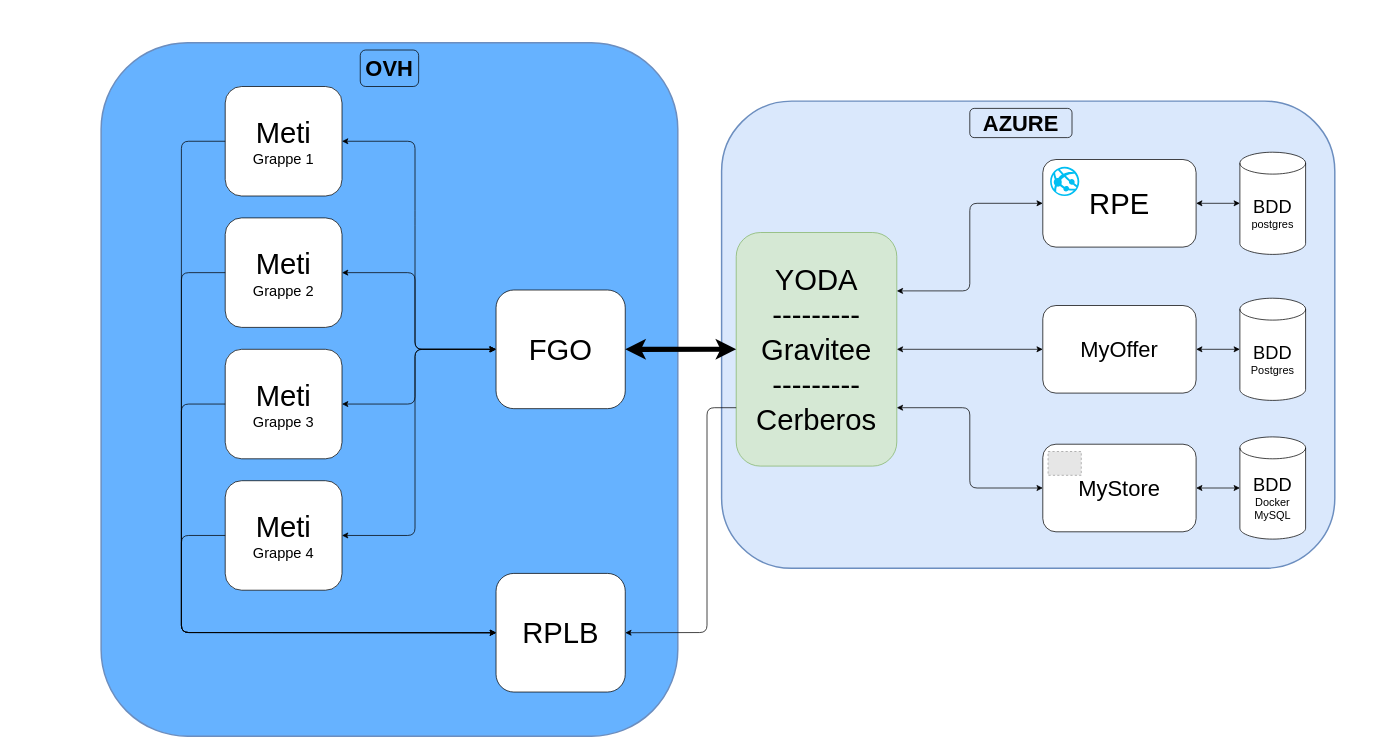
Above: Qualification/UAT-11.drawio in nabitechnique/diagrams (draw.io), before the change. Source tidied: cells renumbered, new cells numbered last; positions are measured from the earlier drawing's top-left corner, leaving out a move shared by most shapes. Both pictures are drawn from the tidied source at 73%, with x=0, y=0 at pixel (101, 42). Pictures stored in the file or linked from it are replaced by grey dashed boxes.
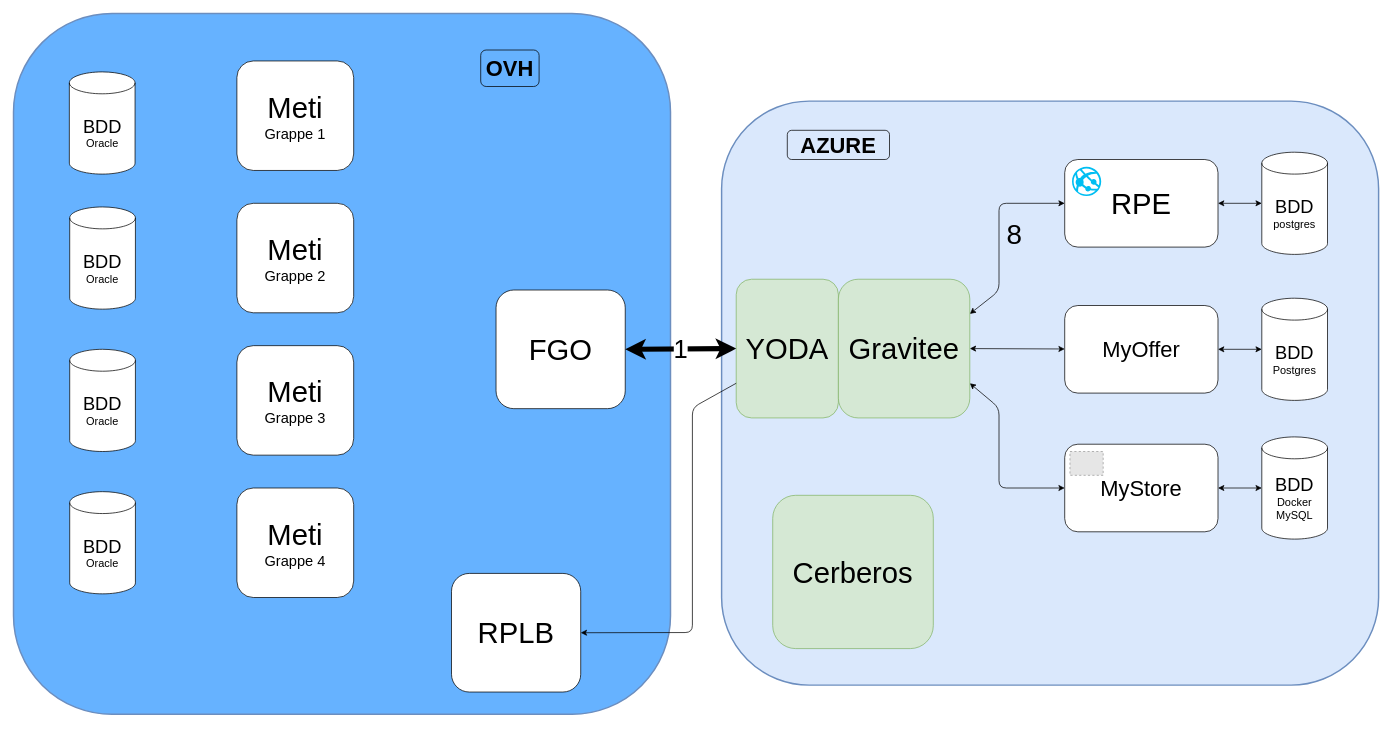
The same page after the edit.

Unchanged cells that the change refers to:
```xml
<mxCell id="4" value="&lt;font style=&quot;font-size: 40px&quot;&gt;FGO&lt;/font&gt;" style="rounded=1;whiteSpace=wrap;html=1;" parent="1" vertex="1">
  <mxGeometry x="541" y="338.8" width="177" height="162.5" as="geometry" />
</mxCell>
```

Diff of the diagram source:
```diff
@@
     <mxCell id="2" style="rounded=1;whiteSpace=wrap;html=1;strokeColor=#6c8ebf;align=left;strokeWidth=2;fillColor=#66B2FF;glass=0;shadow=0;sketch=0;" parent="1" vertex="1">
-      <mxGeometry width="790" height="950" as="geometry" />
+      <mxGeometry x="-120" y="-40" width="900" height="960" as="geometry" />
     </mxCell>
     <mxCell id="3" style="rounded=1;whiteSpace=wrap;html=1;fillColor=#dae8fc;strokeColor=#6c8ebf;align=left;strokeWidth=2;" parent="1" vertex="1">
-      <mxGeometry x="850" y="80" width="840" height="640" as="geometry" />
+      <mxGeometry x="850" y="80" width="900" height="800" as="geometry" />
     </mxCell>
@@
     <mxCell id="5" value="&lt;font style=&quot;font-size: 40px&quot;&gt;RPE&lt;br&gt;&lt;/font&gt;" style="rounded=1;whiteSpace=wrap;html=1;" parent="1" vertex="1">
-      <mxGeometry x="1290" y="160" width="210" height="120" as="geometry" />
+      <mxGeometry x="1320" y="160" width="210" height="120" as="geometry" />
     </mxCell>
     <mxCell id="6" value="&lt;font style=&quot;font-size: 30px&quot;&gt;MyOffer&lt;/font&gt;" style="rounded=1;whiteSpace=wrap;html=1;" parent="1" vertex="1">
-      <mxGeometry x="1290" y="360" width="210" height="120" as="geometry" />
+      <mxGeometry x="1320" y="360" width="210" height="120" as="geometry" />
     </mxCell>
     <mxCell id="7" value="&lt;font&gt;&lt;span style=&quot;font-size: 25px&quot;&gt;BDD&lt;/span&gt;&lt;br&gt;&lt;font style=&quot;font-size: 15px&quot;&gt;Docker MySQL&lt;/font&gt;&lt;br&gt;&lt;/font&gt;" style="shape=cylinder3;whiteSpace=wrap;html=1;boundedLbl=1;backgroundOutline=1;size=15;" parent="1" vertex="1">
-      <mxGeometry x="1560" y="540" width="90" height="140" as="geometry" />
+      <mxGeometry x="1590" y="540" width="90" height="140" as="geometry" />
     </mxCell>
     <mxCell id="8" value="&lt;font&gt;&lt;span style=&quot;font-size: 25px&quot;&gt;BDD&lt;/span&gt;&lt;br&gt;&lt;font style=&quot;font-size: 15px&quot;&gt;postgres&lt;/font&gt;&lt;br&gt;&lt;/font&gt;" style="shape=cylinder3;whiteSpace=wrap;html=1;boundedLbl=1;backgroundOutline=1;size=15;" parent="1" vertex="1">
-      <mxGeometry x="1560" y="150" width="90" height="140" as="geometry" />
+      <mxGeometry x="1590" y="150" width="90" height="140" as="geometry" />
     </mxCell>
     <mxCell id="9" style="verticalLabelPosition=bottom;html=1;verticalAlign=top;align=center;strokeColor=none;fillColor=#00BEF2;shape=mxgraph.azure.azure_website;" parent="1" vertex="1">
-      <mxGeometry x="1300" y="170" width="40" height="40" as="geometry" />
+      <mxGeometry x="1330" y="170" width="40" height="40" as="geometry" />
     </mxCell>
     <mxCell id="10" value="&lt;b&gt;&lt;font style=&quot;font-size: 30px&quot;&gt;AZURE&lt;/font&gt;&lt;/b&gt;" style="text;html=1;fillColor=none;align=center;verticalAlign=middle;whiteSpace=wrap;rounded=1;strokeColor=#000000;glass=0;" parent="1" vertex="1">
-      <mxGeometry x="1190" y="90" width="140" height="40" as="geometry" />
+      <mxGeometry x="940" y="120" width="140" height="40" as="geometry" />
     </mxCell>
@@
-    <mxCell id="12" style="endArrow=classic;startArrow=classic;html=1;" parent="1" edge="1" source="28" target="6">
+    <mxCell id="12" style="endArrow=classic;startArrow=classic;html=1;exitX=1;exitY=0.5;exitDx=0;exitDy=0;" parent="1" edge="1" source="43" target="6">
       <mxGeometry relative="1" as="geometry" />
     </mxCell>
@@
     <mxCell id="14" value="&lt;font style=&quot;font-size: 30px&quot;&gt;MyStore&lt;/font&gt;" style="rounded=1;whiteSpace=wrap;html=1;" parent="1" vertex="1">
-      <mxGeometry x="1290" y="550" width="210" height="120" as="geometry" />
+      <mxGeometry x="1320" y="550" width="210" height="120" as="geometry" />
     </mxCell>
     <mxCell id="15" value="&lt;font&gt;&lt;span style=&quot;font-size: 25px&quot;&gt;BDD&lt;/span&gt;&lt;br&gt;&lt;font style=&quot;font-size: 15px&quot;&gt;Postgres&lt;/font&gt;&lt;br&gt;&lt;/font&gt;" style="shape=cylinder3;whiteSpace=wrap;html=1;boundedLbl=1;backgroundOutline=1;size=15;" parent="1" vertex="1">
-      <mxGeometry x="1560" y="350" width="90" height="140" as="geometry" />
+      <mxGeometry x="1590" y="350" width="90" height="140" as="geometry" />
     </mxCell>
@@
     <mxCell id="17" value="&lt;font&gt;&lt;span style=&quot;font-size: 40px&quot;&gt;Meti&lt;/span&gt;&lt;br&gt;&lt;font style=&quot;font-size: 20px&quot;&gt;Grappe 1&lt;/font&gt;&lt;br&gt;&lt;/font&gt;" style="rounded=1;whiteSpace=wrap;html=1;" parent="1" vertex="1">
-      <mxGeometry x="170" y="60" width="160" height="150" as="geometry" />
+      <mxGeometry x="186" y="25" width="160" height="150" as="geometry" />
     </mxCell>
     <mxCell id="18" value="&lt;font&gt;&lt;span style=&quot;font-size: 40px&quot;&gt;Meti &lt;/span&gt;&lt;br&gt;&lt;font style=&quot;font-size: 20px&quot;&gt;Grappe 2&lt;/font&gt;&lt;br&gt;&lt;/font&gt;" style="rounded=1;whiteSpace=wrap;html=1;" parent="1" vertex="1">
-      <mxGeometry x="170" y="240" width="160" height="150" as="geometry" />
+      <mxGeometry x="186" y="220" width="160" height="150" as="geometry" />
     </mxCell>
     <mxCell id="19" value="&lt;font&gt;&lt;span style=&quot;font-size: 40px&quot;&gt;Meti &lt;/span&gt;&lt;br&gt;&lt;font style=&quot;font-size: 20px&quot;&gt;Grappe 3&lt;/font&gt;&lt;br&gt;&lt;/font&gt;" style="rounded=1;whiteSpace=wrap;html=1;" parent="1" vertex="1">
-      <mxGeometry x="170" y="420" width="160" height="150" as="geometry" />
+      <mxGeometry x="186" y="415" width="160" height="150" as="geometry" />
     </mxCell>
     <mxCell id="20" value="&lt;font&gt;&lt;span style=&quot;font-size: 40px&quot;&gt;Meti&lt;/span&gt;&lt;br&gt;&lt;font style=&quot;font-size: 20px&quot;&gt;Grappe 4&lt;/font&gt;&lt;br&gt;&lt;/font&gt;" style="rounded=1;whiteSpace=wrap;html=1;" parent="1" vertex="1">
-      <mxGeometry x="170" y="600" width="160" height="150" as="geometry" />
+      <mxGeometry x="186" y="610" width="160" height="150" as="geometry" />
     </mxCell>
     <mxCell id="21" value="&lt;font style=&quot;font-size: 40px&quot;&gt;RPLB&lt;/font&gt;" style="rounded=1;whiteSpace=wrap;html=1;" parent="1" vertex="1">
-      <mxGeometry x="541" y="727" width="177" height="162.5" as="geometry" />
+      <mxGeometry x="480" y="727" width="177" height="162.5" as="geometry" />
     </mxCell>
-    <mxCell id="22" style="endArrow=classic;startArrow=classic;html=1;entryX=1;entryY=0.5;entryDx=0;entryDy=0;exitX=0;exitY=0.5;exitDx=0;exitDy=0;" parent="1" edge="1" source="4" target="17">
-      <mxGeometry x="0.25" relative="1" as="geometry">
-        <Array as="points">
-          <mxPoint x="430" y="420" />
-          <mxPoint x="430" y="240" />
-          <mxPoint x="430" y="135" />
-        </Array>
-      </mxGeometry>
-    </mxCell>
-    <mxCell id="23" style="endArrow=classic;startArrow=classic;html=1;entryX=1;entryY=0.5;entryDx=0;entryDy=0;" parent="1" edge="1" target="18">
-      <mxGeometry relative="1" as="geometry">
-        <mxPoint x="540" y="420" as="sourcePoint" />
-        <Array as="points">
-          <mxPoint x="430" y="420" />
-          <mxPoint x="430" y="315" />
-        </Array>
-      </mxGeometry>
-    </mxCell>
-    <mxCell id="24" style="endArrow=classic;startArrow=classic;html=1;entryX=1;entryY=0.5;entryDx=0;entryDy=0;exitX=0;exitY=0.5;exitDx=0;exitDy=0;" parent="1" edge="1" source="4" target="19">
-      <mxGeometry relative="1" as="geometry">
-        <Array as="points">
-          <mxPoint x="430" y="420" />
-          <mxPoint x="430" y="495" />
-        </Array>
-      </mxGeometry>
-    </mxCell>
-    <mxCell id="25" style="endArrow=classic;startArrow=classic;html=1;exitX=0;exitY=0.5;exitDx=0;exitDy=0;" parent="1" edge="1" source="4">
-      <mxGeometry relative="1" as="geometry">
-        <mxPoint x="330" y="675" as="targetPoint" />
-        <Array as="points">
-          <mxPoint x="430" y="420" />
-          <mxPoint x="430" y="675" />
-        </Array>
-      </mxGeometry>
-    </mxCell>
     <mxCell id="26" style="fillColor=#E6E6E6;strokeColor=#999999;dashed=1;verticalLabelPosition=bottom;verticalAlign=top;" parent="1" vertex="1">
-      <mxGeometry x="1297.2" y="560" width="45.5" height="32.6" as="geometry" />
+      <mxGeometry x="1327.2" y="560" width="45.5" height="32.6" as="geometry" />
     </mxCell>
     <mxCell id="27" value="&lt;b&gt;&lt;font style=&quot;font-size: 30px&quot;&gt;OVH&lt;/font&gt;&lt;/b&gt;" style="text;html=1;fillColor=none;align=center;verticalAlign=middle;whiteSpace=wrap;rounded=1;strokeColor=#000000;" parent="1" vertex="1">
-      <mxGeometry x="355" y="10" width="80" height="50" as="geometry" />
+      <mxGeometry x="520" y="10" width="80" height="50" as="geometry" />
     </mxCell>
-    <mxCell id="28" value="&lt;font style=&quot;font-size: 40px&quot;&gt;YODA&lt;br&gt;---------&lt;br&gt;Gravitee&lt;br&gt;---------&lt;br&gt;Cerberos&lt;br&gt;&lt;/font&gt;" style="rounded=1;whiteSpace=wrap;html=1;fillColor=#d5e8d4;strokeColor=#82b366;" parent="1" vertex="1">
-      <mxGeometry x="870" y="260" width="220" height="320" as="geometry" />
+    <mxCell id="28" value="&lt;font style=&quot;font-size: 40px&quot;&gt;YODA&lt;br&gt;&lt;/font&gt;" style="rounded=1;whiteSpace=wrap;html=1;fillColor=#d5e8d4;strokeColor=#82b366;" parent="1" vertex="1">
+      <mxGeometry x="870" y="324" width="140" height="190" as="geometry" />
     </mxCell>
-    <mxCell id="29" style="endArrow=classic;startArrow=classic;html=1;entryX=0;entryY=0.5;entryDx=0;entryDy=0;exitX=1;exitY=0.25;exitDx=0;exitDy=0;" parent="1" edge="1" source="28" target="5">
+    <mxCell id="29" style="endArrow=classic;startArrow=classic;html=1;entryX=0;entryY=0.5;entryDx=0;entryDy=0;exitX=1;exitY=0.25;exitDx=0;exitDy=0;" parent="1" edge="1" source="43" target="5">
       <mxGeometry relative="1" as="geometry">
         <Array as="points">
-          <mxPoint x="1190" y="340" />
-          <mxPoint x="1190" y="220" />
+          <mxPoint x="1230" y="340" />
+          <mxPoint x="1230" y="220" />
         </Array>
       </mxGeometry>
     </mxCell>
+    <mxCell id="37" value="&lt;font style=&quot;font-size: 38px;&quot;&gt;8&lt;/font&gt;" style="edgeLabel;html=1;align=center;verticalAlign=middle;fontSize=38;labelBackgroundColor=none;" parent="29" vertex="1">
+      <mxGeometry x="0.09" y="2" relative="1" as="geometry">
+        <mxPoint x="22" y="13.8" as="offset" />
+      </mxGeometry>
+    </mxCell>
-    <mxCell id="30" style="endArrow=classic;startArrow=classic;html=1;entryX=0;entryY=0.5;entryDx=0;entryDy=0;exitX=1;exitY=0.75;exitDx=0;exitDy=0;" parent="1" edge="1" source="28" target="14">
+    <mxCell id="30" style="endArrow=classic;startArrow=classic;html=1;entryX=0;entryY=0.5;entryDx=0;entryDy=0;exitX=1;exitY=0.75;exitDx=0;exitDy=0;" parent="1" edge="1" source="43" target="14">
       <mxGeometry relative="1" as="geometry">
         <Array as="points">
-          <mxPoint x="1190" y="500" />
-          <mxPoint x="1190" y="610" />
+          <mxPoint x="1230" y="500" />
+          <mxPoint x="1230" y="610" />
         </Array>
       </mxGeometry>
     </mxCell>
-    <mxCell id="31" style="endArrow=classic;startArrow=classic;html=1;exitX=0;exitY=0.5;exitDx=0;exitDy=0;entryX=1;entryY=0.5;entryDx=0;entryDy=0;strokeWidth=7;" parent="1" edge="1" source="28" target="4">
+    <mxCell id="31" value="&lt;font style=&quot;font-size: 35px&quot;&gt;1&lt;/font&gt;" style="endArrow=classic;startArrow=classic;html=1;exitX=0;exitY=0.5;exitDx=0;exitDy=0;entryX=1;entryY=0.5;entryDx=0;entryDy=0;strokeWidth=7;" parent="1" edge="1" source="28" target="4">
       <mxGeometry relative="1" as="geometry" />
     </mxCell>
     <mxCell id="32" style="endArrow=classic;html=1;strokeWidth=1;entryX=1;entryY=0.5;entryDx=0;entryDy=0;exitX=0;exitY=0.75;exitDx=0;exitDy=0;" parent="1" edge="1" source="28" target="21">
       <mxGeometry relative="1" as="geometry">
         <Array as="points">
-          <mxPoint x="830" y="500" />
-          <mxPoint x="830" y="808" />
+          <mxPoint x="810" y="500" />
+          <mxPoint x="810" y="808" />
         </Array>
       </mxGeometry>
     </mxCell>
-    <mxCell id="33" style="endArrow=classic;html=1;strokeWidth=1;entryX=0;entryY=0.5;entryDx=0;entryDy=0;exitX=0;exitY=0.5;exitDx=0;exitDy=0;" parent="1" edge="1" source="17" target="21">
-      <mxGeometry relative="1" as="geometry">
-        <Array as="points">
-          <mxPoint x="110" y="135" />
-          <mxPoint x="110" y="808" />
-        </Array>
-      </mxGeometry>
-    </mxCell>
-    <mxCell id="34" style="endArrow=classic;html=1;strokeWidth=1;exitX=0;exitY=0.5;exitDx=0;exitDy=0;entryX=0;entryY=0.5;entryDx=0;entryDy=0;" parent="1" edge="1" source="18" target="21">
-      <mxGeometry relative="1" as="geometry">
-        <Array as="points">
-          <mxPoint x="110" y="315" />
-          <mxPoint x="110" y="808" />
-        </Array>
-      </mxGeometry>
-    </mxCell>
-    <mxCell id="35" style="endArrow=classic;html=1;strokeWidth=1;exitX=0;exitY=0.5;exitDx=0;exitDy=0;entryX=0;entryY=0.5;entryDx=0;entryDy=0;" parent="1" edge="1" source="19" target="21">
-      <mxGeometry relative="1" as="geometry">
-        <Array as="points">
-          <mxPoint x="110" y="495" />
-          <mxPoint x="110" y="808" />
-        </Array>
-      </mxGeometry>
-    </mxCell>
-    <mxCell id="36" style="endArrow=classic;html=1;strokeWidth=1;exitX=0;exitY=0.5;exitDx=0;exitDy=0;entryX=0;entryY=0.5;entryDx=0;entryDy=0;" parent="1" edge="1" source="20" target="21">
-      <mxGeometry relative="1" as="geometry">
-        <Array as="points">
-          <mxPoint x="110" y="675" />
-          <mxPoint x="110" y="808" />
-        </Array>
-      </mxGeometry>
-    </mxCell>
+    <mxCell id="38" value="&lt;font&gt;&lt;span style=&quot;font-size: 25px&quot;&gt;BDD&lt;/span&gt;&lt;br&gt;&lt;span style=&quot;font-size: 15px&quot;&gt;Oracle&lt;/span&gt;&lt;br&gt;&lt;/font&gt;" style="shape=cylinder3;whiteSpace=wrap;html=1;boundedLbl=1;backgroundOutline=1;size=15;" parent="1" vertex="1">
+      <mxGeometry x="-43.5" y="40" width="90" height="140" as="geometry" />
+    </mxCell>
+    <mxCell id="39" value="&lt;font&gt;&lt;span style=&quot;font-size: 25px&quot;&gt;BDD&lt;/span&gt;&lt;br&gt;&lt;font style=&quot;font-size: 15px&quot;&gt;Oracle&lt;/font&gt;&lt;br&gt;&lt;/font&gt;" style="shape=cylinder3;whiteSpace=wrap;html=1;boundedLbl=1;backgroundOutline=1;size=15;" parent="1" vertex="1">
+      <mxGeometry x="-43" y="225" width="90" height="140" as="geometry" />
+    </mxCell>
+    <mxCell id="40" value="&lt;font&gt;&lt;span style=&quot;font-size: 25px&quot;&gt;BDD&lt;/span&gt;&lt;br&gt;&lt;font style=&quot;font-size: 15px&quot;&gt;Oracle&lt;/font&gt;&lt;br&gt;&lt;/font&gt;" style="shape=cylinder3;whiteSpace=wrap;html=1;boundedLbl=1;backgroundOutline=1;size=15;" parent="1" vertex="1">
+      <mxGeometry x="-43" y="420" width="90" height="140" as="geometry" />
+    </mxCell>
+    <mxCell id="41" value="&lt;font&gt;&lt;span style=&quot;font-size: 25px&quot;&gt;BDD&lt;/span&gt;&lt;br&gt;&lt;font style=&quot;font-size: 15px&quot;&gt;Oracle&lt;/font&gt;&lt;br&gt;&lt;/font&gt;" style="shape=cylinder3;whiteSpace=wrap;html=1;boundedLbl=1;backgroundOutline=1;size=15;" parent="1" vertex="1">
+      <mxGeometry x="-43" y="615" width="90" height="140" as="geometry" />
+    </mxCell>
+    <mxCell id="42" value="&lt;font style=&quot;font-size: 40px&quot;&gt;Cerberos&lt;br&gt;&lt;/font&gt;" style="rounded=1;whiteSpace=wrap;html=1;fillColor=#d5e8d4;strokeColor=#82b366;" parent="1" vertex="1">
+      <mxGeometry x="920" y="620" width="220" height="210" as="geometry" />
+    </mxCell>
+    <mxCell id="43" value="&lt;font style=&quot;font-size: 40px&quot;&gt;Gravitee&lt;br&gt;&lt;/font&gt;" style="rounded=1;whiteSpace=wrap;html=1;fillColor=#d5e8d4;strokeColor=#82b366;" parent="1" vertex="1">
+      <mxGeometry x="1010" y="324" width="180" height="190" as="geometry" />
+    </mxCell>
```
